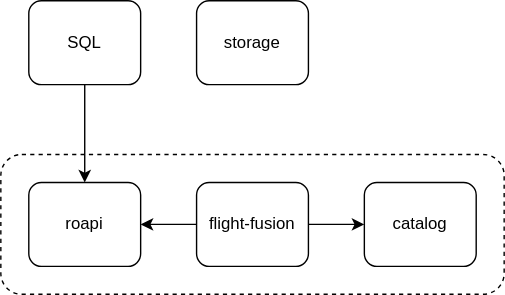
Earlier version of the draw.io export docs/assets/fusion.drawio.svg (roeap/flight-fusion). Source tidied: cells renumbered, new cells last; positions are measured from the earlier drawing's top-left corner, leaving out a move shared by most shapes.
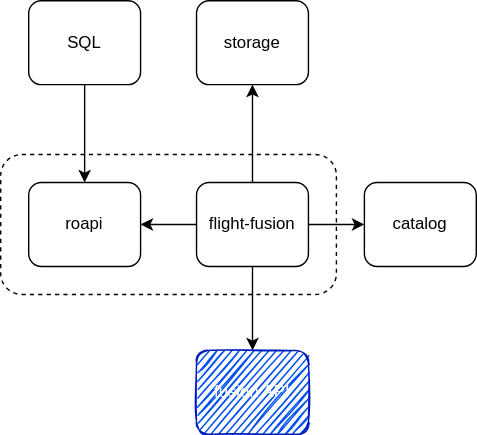
The same diagram one commit later.

The edit, as a diff of the source:
```diff
@@ -3,7 +3,7 @@
     <mxCell id="0" />
     <mxCell id="1" parent="0" />
     <mxCell id="2" style="rounded=1;whiteSpace=wrap;html=1;dashed=1;" parent="1" vertex="1">
-      <mxGeometry y="110" width="360" height="100" as="geometry" />
+      <mxGeometry y="110" width="240" height="100" as="geometry" />
     </mxCell>
     <mxCell id="3" style="edgeStyle=none;html=1;exitX=0;exitY=0.5;exitDx=0;exitDy=0;" parent="1" edge="1" source="5" target="6">
       <mxGeometry relative="1" as="geometry" />
@@ -11,6 +11,12 @@
     <mxCell id="4" style="edgeStyle=none;html=1;exitX=1;exitY=0.5;exitDx=0;exitDy=0;" parent="1" edge="1" source="5" target="9">
       <mxGeometry relative="1" as="geometry" />
     </mxCell>
+    <mxCell id="11" style="edgeStyle=none;html=1;exitX=0.5;exitY=1;exitDx=0;exitDy=0;" parent="1" edge="1" source="5" target="13">
+      <mxGeometry relative="1" as="geometry" />
+    </mxCell>
+    <mxCell id="12" style="edgeStyle=none;html=1;exitX=0.5;exitY=0;exitDx=0;exitDy=0;" parent="1" edge="1" source="5" target="10">
+      <mxGeometry relative="1" as="geometry" />
+    </mxCell>
     <mxCell id="5" value="flight-fusion" style="rounded=1;whiteSpace=wrap;html=1;" parent="1" vertex="1">
       <mxGeometry x="140" y="130" width="80" height="60" as="geometry" />
     </mxCell>
@@ -29,5 +35,8 @@
     <mxCell id="10" value="storage" style="rounded=1;whiteSpace=wrap;html=1;" parent="1" vertex="1">
       <mxGeometry x="140" width="80" height="60" as="geometry" />
     </mxCell>
+    <mxCell id="13" value="fusion API" style="rounded=1;whiteSpace=wrap;html=1;fillColor=#0050ef;fontColor=#ffffff;strokeColor=#001DBC;sketch=1;" parent="1" vertex="1">
+      <mxGeometry x="140" y="250" width="80" height="60" as="geometry" />
+    </mxCell>
   </root>
 </mxGraphModel>
```
